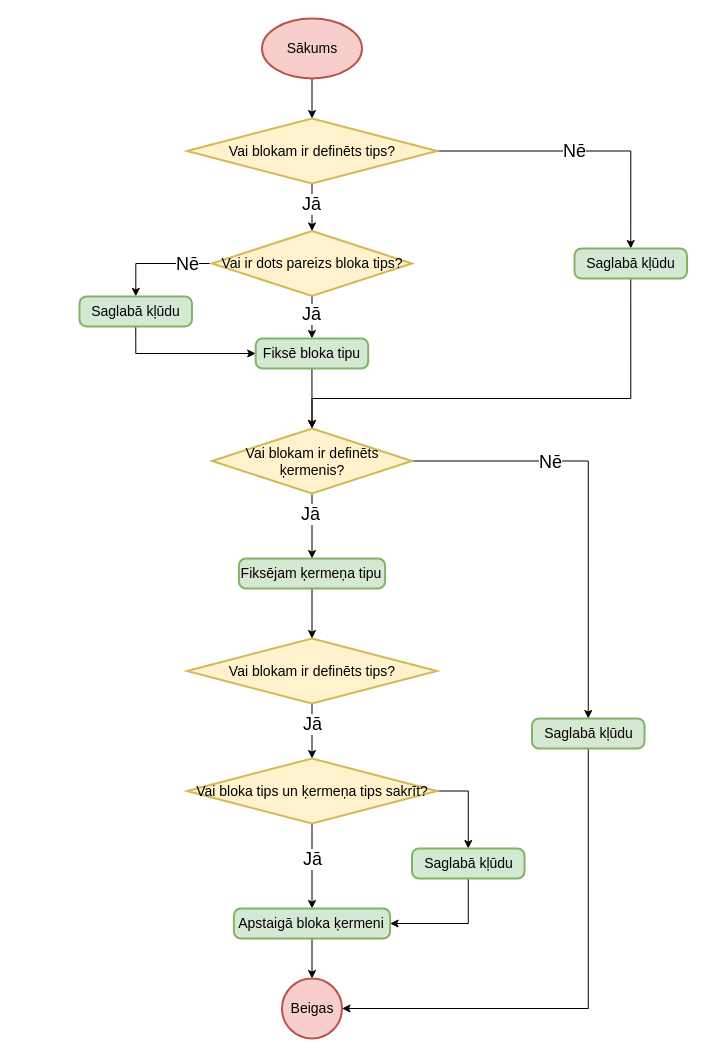
Before: page "Sarakstu iegūšana" (4 of 10) of src/Kvalifikacijas darbs/Diagrammas/WebMemory.drawio in artiks12/webAppOS, a draw.io diagram. Source tidied: cells renumbered, new cells numbered last; positions are measured from the earlier drawing's top-left corner, leaving out a move shared by most shapes. Both pictures are drawn from the tidied source at 100%, with x=0, y=0 at pixel (79, 18).
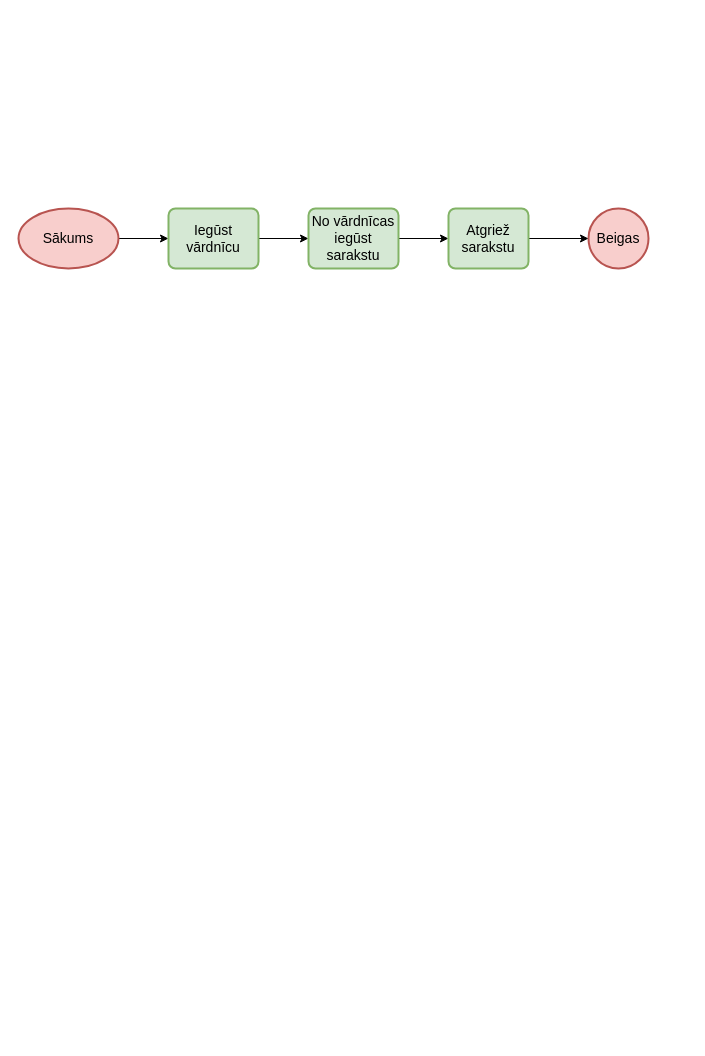
The same diagram, later.

Change to the diagram source:
```diff
@@
-    <mxCell id="2" style="edgeStyle=orthogonalEdgeStyle;rounded=0;jettySize=auto;html=1;entryX=0.5;entryY=0;entryDx=0;entryDy=0;entryPerimeter=0;" parent="1" edge="1" source="3" target="8">
+    <mxCell id="2" style="edgeStyle=orthogonalEdgeStyle;rounded=0;jettySize=auto;html=1;entryX=0;entryY=0.5;entryDx=0;entryDy=0;" parent="1" edge="1" source="3" target="42">
       <mxGeometry relative="1" as="geometry" />
     </mxCell>
     <mxCell id="3" value="Sākums" style="strokeWidth=2;html=1;shape=mxgraph.flowchart.start_1;whiteSpace=wrap;fontSize=14;fillColor=#f8cecc;strokeColor=#b85450;" parent="1" vertex="1">
-      <mxGeometry x="182.5" width="100" height="60" as="geometry" />
+      <mxGeometry x="-61" y="190" width="100" height="60" as="geometry" />
     </mxCell>
-    <mxCell id="4" style="edgeStyle=orthogonalEdgeStyle;rounded=0;jettySize=auto;html=1;exitX=1;exitY=0.5;exitDx=0;exitDy=0;exitPerimeter=0;entryX=0.5;entryY=0;entryDx=0;entryDy=0;" parent="1" edge="1" source="8" target="29">
-      <mxGeometry relative="1" as="geometry" />
-    </mxCell>
-    <mxCell id="5" value="&lt;font style=&quot;font-size: 18px&quot;&gt;Nē&lt;/font&gt;" style="edgeLabel;html=1;align=center;verticalAlign=middle;" parent="4" vertex="1">
-      <mxGeometry x="-0.07" y="1" relative="1" as="geometry">
-        <mxPoint x="2" y="1" as="offset" />
-      </mxGeometry>
-    </mxCell>
-    <mxCell id="6" style="edgeStyle=orthogonalEdgeStyle;rounded=0;jettySize=auto;html=1;entryX=0.5;entryY=0;entryDx=0;entryDy=0;entryPerimeter=0;exitX=0.5;exitY=1;exitDx=0;exitDy=0;exitPerimeter=0;" parent="1" edge="1" source="8" target="18">
-      <mxGeometry relative="1" as="geometry" />
-    </mxCell>
-    <mxCell id="7" value="&lt;font style=&quot;font-size: 18px&quot;&gt;Jā&lt;/font&gt;" style="edgeLabel;html=1;align=center;verticalAlign=middle;" parent="6" vertex="1">
-      <mxGeometry x="-0.31" y="-2" relative="1" as="geometry">
-        <mxPoint x="1" y="4" as="offset" />
-      </mxGeometry>
-    </mxCell>
-    <mxCell id="8" value="Vai blokam ir definēts tips?" style="strokeWidth=2;html=1;shape=mxgraph.flowchart.decision;whiteSpace=wrap;fontSize=14;fillColor=#fff2cc;strokeColor=#d6b656;" parent="1" vertex="1">
-      <mxGeometry x="107.5" y="100" width="250" height="65" as="geometry" />
-    </mxCell>
-    <mxCell id="9" style="edgeStyle=orthogonalEdgeStyle;rounded=0;jettySize=auto;html=1;entryX=0.5;entryY=0;entryDx=0;entryDy=0;" parent="1" edge="1" source="12" target="25">
-      <mxGeometry relative="1" as="geometry" />
-    </mxCell>
-    <mxCell id="10" style="edgeStyle=orthogonalEdgeStyle;rounded=0;jettySize=auto;html=1;entryX=0.5;entryY=0;entryDx=0;entryDy=0;" parent="1" edge="1" source="12" target="40">
-      <mxGeometry relative="1" as="geometry" />
-    </mxCell>
-    <mxCell id="11" value="&lt;font style=&quot;font-size: 18px&quot;&gt;Nē&lt;/font&gt;" style="edgeLabel;html=1;align=center;verticalAlign=middle;" parent="10" vertex="1">
-      <mxGeometry x="-0.37" relative="1" as="geometry">
-        <mxPoint x="1" y="1" as="offset" />
-      </mxGeometry>
-    </mxCell>
-    <mxCell id="12" value="Vai blokam ir definēts ķermenis?" style="strokeWidth=2;html=1;shape=mxgraph.flowchart.decision;whiteSpace=wrap;fontSize=14;fillColor=#fff2cc;strokeColor=#d6b656;" parent="1" vertex="1">
-      <mxGeometry x="132.5" y="410" width="200" height="65" as="geometry" />
-    </mxCell>
-    <mxCell id="13" value="&lt;font style=&quot;font-size: 18px&quot;&gt;Jā&lt;/font&gt;" style="edgeLabel;html=1;align=center;verticalAlign=middle;" parent="1" vertex="1">
-      <mxGeometry x="230" y="495" as="geometry" />
-    </mxCell>
-    <mxCell id="14" style="edgeStyle=orthogonalEdgeStyle;rounded=0;jettySize=auto;html=1;entryX=0.5;entryY=0;entryDx=0;entryDy=0;entryPerimeter=0;fontSize=18;exitX=0.5;exitY=1;exitDx=0;exitDy=0;" parent="1" edge="1" source="29" target="12">
-      <mxGeometry relative="1" as="geometry">
-        <Array as="points">
-          <mxPoint x="551.5" y="380" />
-          <mxPoint x="232.5" y="380" />
-        </Array>
-      </mxGeometry>
-    </mxCell>
-    <mxCell id="15" style="edgeStyle=orthogonalEdgeStyle;rounded=0;jettySize=auto;html=1;exitX=0;exitY=0.5;exitDx=0;exitDy=0;exitPerimeter=0;fontSize=18;" parent="1" edge="1" source="18" target="20">
-      <mxGeometry relative="1" as="geometry" />
-    </mxCell>
-    <mxCell id="16" value="Nē" style="edgeLabel;html=1;align=center;verticalAlign=middle;fontSize=18;" parent="15" vertex="1">
-      <mxGeometry x="-0.12" y="3" relative="1" as="geometry">
-        <mxPoint x="23" y="-3" as="offset" />
-      </mxGeometry>
-    </mxCell>
-    <mxCell id="17" style="edgeStyle=orthogonalEdgeStyle;rounded=0;jettySize=auto;html=1;fontSize=18;exitX=0.5;exitY=1;exitDx=0;exitDy=0;exitPerimeter=0;entryX=0.5;entryY=0;entryDx=0;entryDy=0;" parent="1" edge="1" source="18" target="27">
-      <mxGeometry relative="1" as="geometry">
-        <Array as="points">
-          <mxPoint x="232.5" y="320" />
-          <mxPoint x="232.5" y="320" />
-        </Array>
-      </mxGeometry>
-    </mxCell>
-    <mxCell id="18" value="Vai ir dots pareizs bloka tips?" style="strokeWidth=2;html=1;shape=mxgraph.flowchart.decision;whiteSpace=wrap;fontSize=14;fillColor=#fff2cc;strokeColor=#d6b656;" parent="1" vertex="1">
-      <mxGeometry x="132.5" y="212.5" width="200" height="65" as="geometry" />
-    </mxCell>
-    <mxCell id="19" style="edgeStyle=orthogonalEdgeStyle;rounded=0;jettySize=auto;html=1;entryX=0;entryY=0.5;entryDx=0;entryDy=0;fontSize=18;exitX=0.5;exitY=1;exitDx=0;exitDy=0;" parent="1" edge="1" source="20" target="27">
-      <mxGeometry relative="1" as="geometry">
-        <Array as="points">
-          <mxPoint x="56.5" y="335" />
-        </Array>
-      </mxGeometry>
-    </mxCell>
-    <mxCell id="20" value="Saglabā kļūdu" style="rounded=1;whiteSpace=wrap;html=1;absoluteArcSize=1;arcSize=14;strokeWidth=2;fontSize=14;fillColor=#d5e8d4;strokeColor=#82b366;" parent="1" vertex="1">
-      <mxGeometry y="277.9" width="112.5" height="30" as="geometry" />
-    </mxCell>
-    <mxCell id="21" style="edgeStyle=orthogonalEdgeStyle;rounded=0;jettySize=auto;html=1;fontSize=18;entryX=0.5;entryY=0;entryDx=0;entryDy=0;entryPerimeter=0;" parent="1" edge="1" source="23" target="33">
-      <mxGeometry relative="1" as="geometry" />
-    </mxCell>
-    <mxCell id="22" value="Jā" style="edgeLabel;html=1;align=center;verticalAlign=middle;fontSize=18;" parent="21" vertex="1">
-      <mxGeometry x="0.24" y="-1" relative="1" as="geometry">
-        <mxPoint x="1" y="-14" as="offset" />
-      </mxGeometry>
-    </mxCell>
-    <mxCell id="23" value="Vai blokam ir definēts tips?" style="strokeWidth=2;html=1;shape=mxgraph.flowchart.decision;whiteSpace=wrap;fontSize=14;fillColor=#fff2cc;strokeColor=#d6b656;" parent="1" vertex="1">
-      <mxGeometry x="107.5" y="620" width="250" height="65" as="geometry" />
-    </mxCell>
-    <mxCell id="24" style="edgeStyle=orthogonalEdgeStyle;rounded=0;jettySize=auto;html=1;entryX=0.5;entryY=0;entryDx=0;entryDy=0;entryPerimeter=0;fontSize=18;" parent="1" edge="1" source="25" target="23">
-      <mxGeometry relative="1" as="geometry" />
-    </mxCell>
-    <mxCell id="25" value="Fiksējam ķermeņa tipu" style="rounded=1;whiteSpace=wrap;html=1;absoluteArcSize=1;arcSize=14;strokeWidth=2;fontSize=14;fillColor=#d5e8d4;strokeColor=#82b366;" parent="1" vertex="1">
-      <mxGeometry x="159.4" y="540" width="146.2" height="30" as="geometry" />
-    </mxCell>
-    <mxCell id="26" style="edgeStyle=orthogonalEdgeStyle;rounded=0;jettySize=auto;html=1;entryX=0.5;entryY=0;entryDx=0;entryDy=0;entryPerimeter=0;fontSize=18;exitX=0.5;exitY=1;exitDx=0;exitDy=0;" parent="1" edge="1" source="27" target="12">
-      <mxGeometry relative="1" as="geometry">
-        <Array as="points">
-          <mxPoint x="232.5" y="350" />
-        </Array>
-      </mxGeometry>
-    </mxCell>
-    <mxCell id="27" value="Fiksē bloka tipu" style="rounded=1;whiteSpace=wrap;html=1;absoluteArcSize=1;arcSize=14;strokeWidth=2;fontSize=14;fillColor=#d5e8d4;strokeColor=#82b366;" parent="1" vertex="1">
-      <mxGeometry x="176.2" y="320" width="112.5" height="30" as="geometry" />
-    </mxCell>
-    <mxCell id="28" value="&lt;font style=&quot;font-size: 18px&quot;&gt;Jā&lt;/font&gt;" style="edgeLabel;html=1;align=center;verticalAlign=middle;" parent="1" vertex="1">
-      <mxGeometry x="229.5" y="296" as="geometry">
-        <mxPoint x="2" y="-1" as="offset" />
-      </mxGeometry>
-    </mxCell>
-    <mxCell id="29" value="Saglabā kļūdu" style="rounded=1;whiteSpace=wrap;html=1;absoluteArcSize=1;arcSize=14;strokeWidth=2;fontSize=14;fillColor=#d5e8d4;strokeColor=#82b366;" parent="1" vertex="1">
-      <mxGeometry x="495" y="230" width="112.5" height="30" as="geometry" />
-    </mxCell>
-    <mxCell id="30" style="edgeStyle=orthogonalEdgeStyle;rounded=0;jettySize=auto;html=1;entryX=0.5;entryY=0;entryDx=0;entryDy=0;fontSize=18;" parent="1" edge="1" source="33" target="35">
-      <mxGeometry relative="1" as="geometry" />
-    </mxCell>
-    <mxCell id="31" value="Jā" style="edgeLabel;html=1;align=center;verticalAlign=middle;fontSize=18;" parent="30" vertex="1">
-      <mxGeometry x="-0.4" relative="1" as="geometry">
-        <mxPoint y="9" as="offset" />
-      </mxGeometry>
-    </mxCell>
-    <mxCell id="32" style="edgeStyle=orthogonalEdgeStyle;rounded=0;jettySize=auto;html=1;entryX=0.5;entryY=0;entryDx=0;entryDy=0;fontSize=18;" parent="1" edge="1" source="33" target="38">
-      <mxGeometry relative="1" as="geometry">
-        <Array as="points">
-          <mxPoint x="388.5" y="773" />
-        </Array>
-      </mxGeometry>
-    </mxCell>
-    <mxCell id="33" value="Vai bloka tips un ķermeņa tips sakrīt?" style="strokeWidth=2;html=1;shape=mxgraph.flowchart.decision;whiteSpace=wrap;fontSize=14;fillColor=#fff2cc;strokeColor=#d6b656;" parent="1" vertex="1">
-      <mxGeometry x="107.5" y="740" width="250" height="65" as="geometry" />
-    </mxCell>
-    <mxCell id="34" style="edgeStyle=orthogonalEdgeStyle;rounded=0;jettySize=auto;html=1;entryX=0.5;entryY=0;entryDx=0;entryDy=0;entryPerimeter=0;fontSize=18;" parent="1" edge="1" source="35" target="36">
-      <mxGeometry relative="1" as="geometry" />
-    </mxCell>
-    <mxCell id="35" value="Apstaigā bloka ķermeni" style="rounded=1;whiteSpace=wrap;html=1;absoluteArcSize=1;arcSize=14;strokeWidth=2;fontSize=14;fillColor=#d5e8d4;strokeColor=#82b366;" parent="1" vertex="1">
-      <mxGeometry x="154.4" y="890" width="156.2" height="30" as="geometry" />
-    </mxCell>
     <mxCell id="36" value="Beigas" style="strokeWidth=2;html=1;shape=mxgraph.flowchart.start_2;whiteSpace=wrap;fontSize=14;fillColor=#f8cecc;strokeColor=#b85450;" parent="1" vertex="1">
-      <mxGeometry x="202.5" y="960" width="60" height="60" as="geometry" />
+      <mxGeometry x="509" y="190" width="60" height="60" as="geometry" />
     </mxCell>
-    <mxCell id="37" style="edgeStyle=orthogonalEdgeStyle;rounded=0;jettySize=auto;html=1;entryX=1;entryY=0.5;entryDx=0;entryDy=0;fontSize=18;exitX=0.5;exitY=1;exitDx=0;exitDy=0;" parent="1" edge="1" source="38" target="35">
-      <mxGeometry relative="1" as="geometry" />
-    </mxCell>
-    <mxCell id="38" value="Saglabā kļūdu" style="rounded=1;whiteSpace=wrap;html=1;absoluteArcSize=1;arcSize=14;strokeWidth=2;fontSize=14;fillColor=#d5e8d4;strokeColor=#82b366;" parent="1" vertex="1">
-      <mxGeometry x="332.5" y="830" width="112.5" height="30" as="geometry" />
-    </mxCell>
-    <mxCell id="39" style="edgeStyle=orthogonalEdgeStyle;rounded=0;jettySize=auto;html=1;entryX=1;entryY=0.5;entryDx=0;entryDy=0;entryPerimeter=0;fontSize=18;exitX=0.5;exitY=1;exitDx=0;exitDy=0;" parent="1" edge="1" source="40" target="36">
-      <mxGeometry relative="1" as="geometry">
-        <Array as="points">
-          <mxPoint x="508.5" y="990" />
-        </Array>
-      </mxGeometry>
-    </mxCell>
-    <mxCell id="40" value="Saglabā kļūdu" style="rounded=1;whiteSpace=wrap;html=1;absoluteArcSize=1;arcSize=14;strokeWidth=2;fontSize=14;fillColor=#d5e8d4;strokeColor=#82b366;" parent="1" vertex="1">
-      <mxGeometry x="452.5" y="700" width="112.5" height="30" as="geometry" />
-    </mxCell>
+    <mxCell id="41" style="edgeStyle=orthogonalEdgeStyle;rounded=0;jettySize=auto;html=1;entryX=0;entryY=0.5;entryDx=0;entryDy=0;" parent="1" edge="1" source="42" target="44">
+      <mxGeometry relative="1" as="geometry" />
+    </mxCell>
+    <mxCell id="42" value="Iegūst vārdnīcu" style="rounded=1;whiteSpace=wrap;html=1;absoluteArcSize=1;arcSize=14;strokeWidth=2;fontSize=14;fillColor=#d5e8d4;strokeColor=#82b366;" parent="1" vertex="1">
+      <mxGeometry x="89" y="190" width="90" height="60" as="geometry" />
+    </mxCell>
+    <mxCell id="43" style="edgeStyle=orthogonalEdgeStyle;rounded=0;jettySize=auto;html=1;" parent="1" edge="1" source="44" target="46">
+      <mxGeometry relative="1" as="geometry" />
+    </mxCell>
+    <mxCell id="44" value="No vārdnīcas iegūst sarakstu" style="rounded=1;whiteSpace=wrap;html=1;absoluteArcSize=1;arcSize=14;strokeWidth=2;fontSize=14;fillColor=#d5e8d4;strokeColor=#82b366;" parent="1" vertex="1">
+      <mxGeometry x="229" y="190" width="90" height="60" as="geometry" />
+    </mxCell>
+    <mxCell id="45" style="edgeStyle=orthogonalEdgeStyle;rounded=0;jettySize=auto;html=1;entryX=0;entryY=0.5;entryDx=0;entryDy=0;entryPerimeter=0;" parent="1" edge="1" source="46" target="36">
+      <mxGeometry relative="1" as="geometry" />
+    </mxCell>
+    <mxCell id="46" value="Atgriež sarakstu" style="rounded=1;whiteSpace=wrap;html=1;absoluteArcSize=1;arcSize=14;strokeWidth=2;fontSize=14;fillColor=#d5e8d4;strokeColor=#82b366;" parent="1" vertex="1">
+      <mxGeometry x="369" y="190" width="80" height="60" as="geometry" />
+    </mxCell>
```
